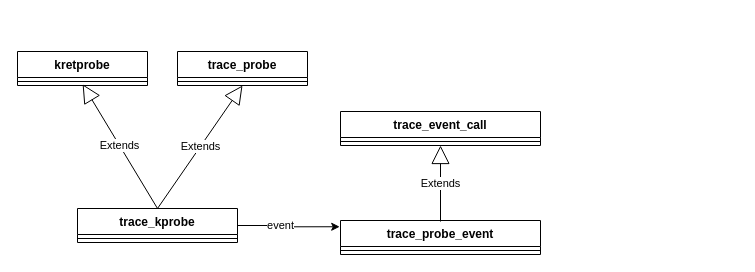
The draw.io diagram trace.drawio in jasonactions/graph, before the edit. Source tidied: cells renumbered, new cells numbered last; positions are measured from the earlier drawing's top-left corner, leaving out a move shared by most shapes. Both pictures are drawn from the tidied source at 100%, with x=0, y=0 at pixel (17, 51).
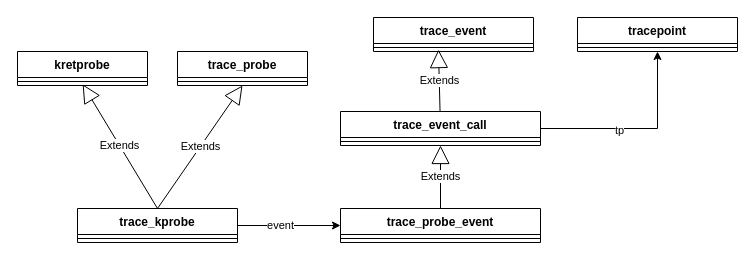
The same page after the edit.

Unchanged cells that the change refers to:
```xml
<mxCell id="6" value="trace_kprobe" style="swimlane;fontStyle=1;align=center;verticalAlign=top;horizontal=1;startSize=26;" parent="1" vertex="1">
  <mxGeometry x="60" y="157" width="160" height="34" as="geometry" />
</mxCell>
<mxCell id="8" value="trace_event_call" style="swimlane;fontStyle=1;align=center;verticalAlign=top;horizontal=1;startSize=26;" parent="1" vertex="1">
  <mxGeometry x="323" y="60" width="200" height="34" as="geometry" />
</mxCell>
```

The edit, as a diff of the source:
```diff
@@
     <mxCell id="2" value="trace_probe_event" style="swimlane;fontStyle=1;align=center;verticalAlign=top;horizontal=1;startSize=26;" parent="1" vertex="1">
-      <mxGeometry x="323" y="169" width="200" height="34" as="geometry" />
+      <mxGeometry x="323" y="157" width="200" height="34" as="geometry" />
     </mxCell>
@@
-    <mxCell id="4" style="edgeStyle=orthogonalEdgeStyle;rounded=0;jettySize=auto;html=1;entryX=-0.004;entryY=0.184;entryDx=0;entryDy=0;exitX=1;exitY=0.5;exitDx=0;exitDy=0;entryPerimeter=0;" parent="1" edge="1" source="6" target="2">
+    <mxCell id="4" style="edgeStyle=orthogonalEdgeStyle;rounded=0;jettySize=auto;html=1;exitX=1;exitY=0.5;exitDx=0;exitDy=0;entryX=0;entryY=0.5;entryDx=0;entryDy=0;" parent="1" edge="1" source="6" target="2">
       <mxGeometry relative="1" as="geometry" />
     </mxCell>
@@
+    <mxCell id="17" style="edgeStyle=orthogonalEdgeStyle;rounded=0;jettySize=auto;html=1;entryX=0.5;entryY=1;entryDx=0;entryDy=0;" parent="1" edge="1" source="8" target="22">
+      <mxGeometry relative="1" as="geometry" />
+    </mxCell>
+    <mxCell id="18" value="tp" style="edgeLabel;html=1;align=center;verticalAlign=middle;" parent="17" vertex="1">
+      <mxGeometry x="-0.2" y="-1" relative="1" as="geometry" />
+    </mxCell>
@@
-    <mxCell id="10" value="Extends" style="endArrow=block;endSize=16;endFill=0;html=1;entryX=0.5;entryY=1;entryDx=0;entryDy=0;" parent="1" edge="1" target="8">
-      <mxGeometry relative="1" as="geometry">
-        <mxPoint x="423" y="170" as="sourcePoint" />
-      </mxGeometry>
+    <mxCell id="10" value="Extends" style="endArrow=block;endSize=16;endFill=0;html=1;entryX=0.5;entryY=1;entryDx=0;entryDy=0;exitX=0.5;exitY=0;exitDx=0;exitDy=0;" parent="1" edge="1" source="2" target="8">
+      <mxGeometry relative="1" as="geometry" />
     </mxCell>
@@
+    <mxCell id="19" value="trace_event" style="swimlane;fontStyle=1;align=center;verticalAlign=top;horizontal=1;startSize=26;" parent="1" vertex="1">
+      <mxGeometry x="356" y="-34" width="160" height="34" as="geometry" />
+    </mxCell>
+    <mxCell id="20" style="line;strokeWidth=1;fillColor=none;align=left;verticalAlign=middle;spacingTop=-1;spacingLeft=3;spacingRight=3;labelPosition=right;points=[];portConstraint=eastwest;" parent="19" vertex="1">
+      <mxGeometry y="26" width="160" height="8" as="geometry" />
+    </mxCell>
+    <mxCell id="21" value="Extends" style="endArrow=block;endSize=16;endFill=0;html=1;entryX=0.406;entryY=0.759;entryDx=0;entryDy=0;entryPerimeter=0;" parent="1" edge="1" source="8" target="20">
+      <mxGeometry relative="1" as="geometry" />
+    </mxCell>
+    <mxCell id="22" value="tracepoint" style="swimlane;fontStyle=1;align=center;verticalAlign=top;horizontal=1;startSize=26;" parent="1" vertex="1">
+      <mxGeometry x="560" y="-34" width="160" height="34" as="geometry" />
+    </mxCell>
+    <mxCell id="23" style="line;strokeWidth=1;fillColor=none;align=left;verticalAlign=middle;spacingTop=-1;spacingLeft=3;spacingRight=3;labelPosition=right;" parent="22" vertex="1">
+      <mxGeometry y="26" width="160" height="8" as="geometry" />
+    </mxCell>
```
